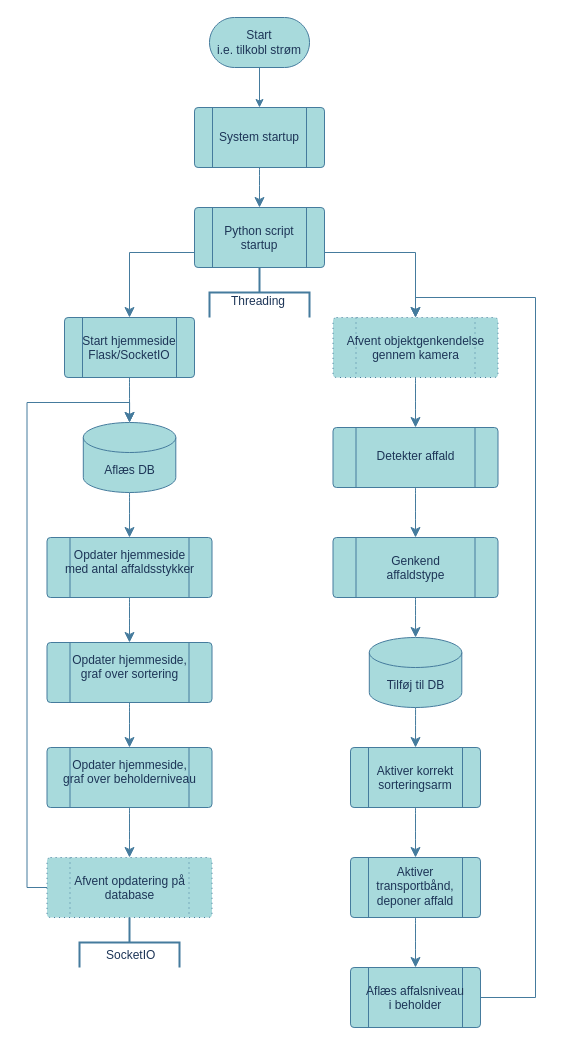
The draw.io diagram website.drawio in KEA-F25-B8-IoT2/SAAS, before the edit. Source tidied: cells renumbered, new cells numbered last; positions are measured from the earlier drawing's top-left corner, leaving out a move shared by most shapes. Both pictures are drawn from the tidied source at 100%, with x=0, y=0 at pixel (47, 17).
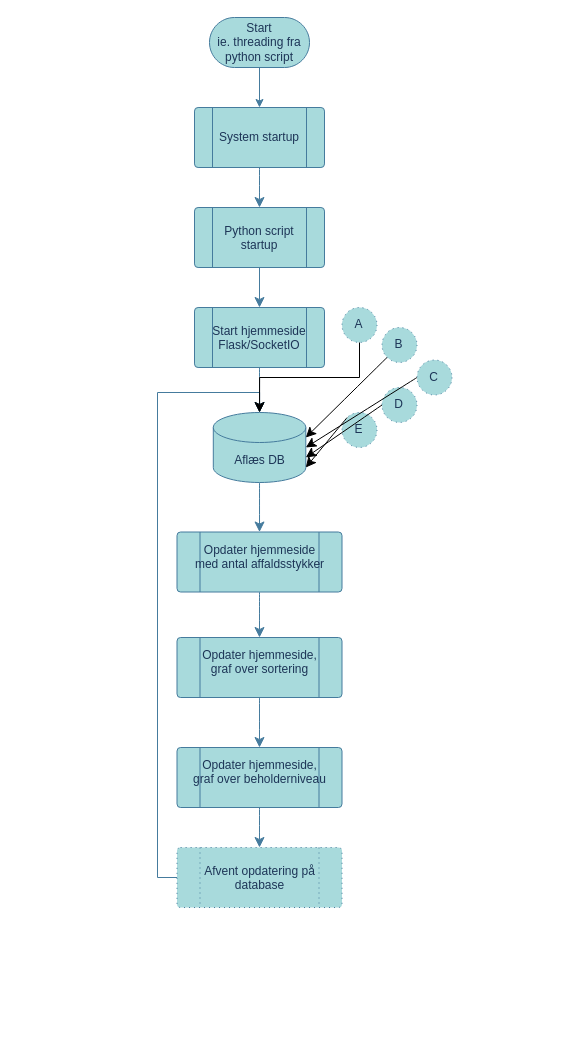
Above is the later version.

The change refers to these unchanged cells:
```xml
<mxCell id="19" value="Python script&lt;br&gt;startup" style="verticalLabelPosition=bottom;verticalAlign=top;html=1;shape=process;whiteSpace=wrap;rounded=1;size=0.14;arcSize=6;align=center;spacingTop=-50;labelBackgroundColor=none;fillColor=#A8DADC;strokeColor=#457B9D;fontColor=#1D3557;" parent="1" vertex="1">
  <mxGeometry x="147" y="190" width="130" height="60" as="geometry" />
</mxCell>
```

What changed in the source:
```diff
@@
-    <mxCell id="3" value="Start&lt;br&gt;i.e. tilkobl strøm" style="html=1;dashed=0;whiteSpace=wrap;shape=mxgraph.dfd.start;rounded=0;labelBackgroundColor=none;fillColor=#A8DADC;strokeColor=#457B9D;fontColor=#1D3557;" parent="1" vertex="1">
+    <mxCell id="3" value="Start&lt;div&gt;ie. threading fra python script&lt;/div&gt;" style="html=1;dashed=0;whiteSpace=wrap;shape=mxgraph.dfd.start;rounded=0;labelBackgroundColor=none;fillColor=#A8DADC;strokeColor=#457B9D;fontColor=#1D3557;" parent="1" vertex="1">
       <mxGeometry x="162" width="100" height="50" as="geometry" />
     </mxCell>
@@
     <mxCell id="7" value="Opdater hjemmeside&lt;br&gt;med antal affaldsstykker" style="verticalLabelPosition=bottom;verticalAlign=top;html=1;shape=process;whiteSpace=wrap;rounded=1;size=0.14;arcSize=6;align=center;spacingTop=-56;labelBackgroundColor=none;fillColor=#A8DADC;strokeColor=#457B9D;fontColor=#1D3557;" parent="1" vertex="1">
-      <mxGeometry x="-0.5" y="520" width="165" height="60" as="geometry" />
+      <mxGeometry x="129.5" y="514.5" width="165" height="60" as="geometry" />
     </mxCell>
@@
     <mxCell id="9" value="Aflæs DB" style="shape=cylinder3;whiteSpace=wrap;html=1;boundedLbl=1;backgroundOutline=1;size=15;rounded=0;labelBackgroundColor=none;fillColor=#A8DADC;strokeColor=#457B9D;fontColor=#1D3557;" parent="1" vertex="1">
-      <mxGeometry x="35.8" y="405" width="92.5" height="70" as="geometry" />
+      <mxGeometry x="165.8" y="395" width="92.5" height="70" as="geometry" />
     </mxCell>
-    <mxCell id="10" style="edgeStyle=none;curved=1;rounded=0;jettySize=auto;html=1;fontSize=12;startSize=8;endSize=8;labelBackgroundColor=none;strokeColor=#457B9D;fontColor=default;" parent="1" edge="1" source="11" target="22">
-      <mxGeometry relative="1" as="geometry" />
-    </mxCell>
-    <mxCell id="11" value="Afvent objektgenkendelse&lt;br&gt;gennem kamera" style="verticalLabelPosition=bottom;verticalAlign=top;html=1;shape=process;whiteSpace=wrap;rounded=1;size=0.14;arcSize=6;align=center;spacingTop=-50;strokeColor=#457B9D;dashed=1;dashPattern=1 4;labelBackgroundColor=none;fillColor=#A8DADC;fontColor=#1D3557;" parent="1" vertex="1">
-      <mxGeometry x="285.5" y="300" width="165" height="60" as="geometry" />
-    </mxCell>
-    <mxCell id="12" value="Genkend&lt;br&gt;affaldstype" style="verticalLabelPosition=bottom;verticalAlign=top;html=1;shape=process;whiteSpace=wrap;rounded=1;size=0.14;arcSize=6;align=center;spacingTop=-50;labelBackgroundColor=none;fillColor=#A8DADC;strokeColor=#457B9D;fontColor=#1D3557;" parent="1" vertex="1">
-      <mxGeometry x="285.5" y="520" width="165" height="60" as="geometry" />
-    </mxCell>
-    <mxCell id="13" style="edgeStyle=none;curved=1;rounded=0;jettySize=auto;html=1;exitX=0.5;exitY=1;exitDx=0;exitDy=0;exitPerimeter=0;strokeColor=#457B9D;fontSize=12;fontColor=#1D3557;startSize=8;endSize=8;fillColor=#A8DADC;" parent="1" edge="1" source="14" target="16">
-      <mxGeometry relative="1" as="geometry" />
-    </mxCell>
-    <mxCell id="14" value="Tilføj til DB" style="shape=cylinder3;whiteSpace=wrap;html=1;boundedLbl=1;backgroundOutline=1;size=15;rounded=0;labelBackgroundColor=none;fillColor=#A8DADC;strokeColor=#457B9D;fontColor=#1D3557;" parent="1" vertex="1">
-      <mxGeometry x="321.8" y="620" width="92.5" height="70" as="geometry" />
-    </mxCell>
-    <mxCell id="15" style="edgeStyle=none;curved=1;rounded=0;jettySize=auto;html=1;fontSize=12;startSize=8;endSize=8;labelBackgroundColor=none;strokeColor=#457B9D;fontColor=default;" parent="1" edge="1" source="16" target="27">
-      <mxGeometry relative="1" as="geometry" />
-    </mxCell>
-    <mxCell id="16" value="Aktiver korrekt&lt;div&gt;sorteringsarm&lt;/div&gt;" style="verticalLabelPosition=bottom;verticalAlign=top;html=1;shape=process;whiteSpace=wrap;rounded=1;size=0.14;arcSize=6;align=center;spacingTop=-50;labelBackgroundColor=none;fillColor=#A8DADC;strokeColor=#457B9D;fontColor=#1D3557;" parent="1" vertex="1">
-      <mxGeometry x="303" y="730" width="130" height="60" as="geometry" />
-    </mxCell>
-    <mxCell id="17" style="edgeStyle=orthogonalEdgeStyle;rounded=0;jettySize=auto;html=1;exitX=0;exitY=0.75;exitDx=0;exitDy=0;entryX=0.5;entryY=0;entryDx=0;entryDy=0;fontSize=12;startSize=8;endSize=8;labelBackgroundColor=none;strokeColor=#457B9D;fontColor=default;" parent="1" edge="1" source="19" target="20">
+    <mxCell id="17" style="edgeStyle=orthogonalEdgeStyle;rounded=0;jettySize=auto;html=1;exitX=0.5;exitY=1;exitDx=0;exitDy=0;entryX=0.5;entryY=0;entryDx=0;entryDy=0;fontSize=12;startSize=8;endSize=8;labelBackgroundColor=none;strokeColor=#457B9D;fontColor=default;" parent="1" edge="1" source="19" target="20">
       <mxGeometry relative="1" as="geometry" />
     </mxCell>
-    <mxCell id="18" style="edgeStyle=orthogonalEdgeStyle;rounded=0;jettySize=auto;html=1;exitX=1;exitY=0.75;exitDx=0;exitDy=0;entryX=0.5;entryY=0;entryDx=0;entryDy=0;fontSize=12;startSize=8;endSize=8;labelBackgroundColor=none;strokeColor=#457B9D;fontColor=default;" parent="1" edge="1" source="19" target="11">
-      <mxGeometry relative="1" as="geometry" />
-    </mxCell>
@@
     <mxCell id="20" value="Start hjemmeside&lt;br&gt;Flask/SocketIO" style="verticalLabelPosition=bottom;verticalAlign=top;html=1;shape=process;whiteSpace=wrap;rounded=1;size=0.14;arcSize=6;align=center;spacingTop=-50;labelBackgroundColor=none;fillColor=#A8DADC;strokeColor=#457B9D;fontColor=#1D3557;" parent="1" vertex="1">
-      <mxGeometry x="17" y="300" width="130" height="60" as="geometry" />
+      <mxGeometry x="147" y="290" width="130" height="60" as="geometry" />
     </mxCell>
-    <mxCell id="21" style="edgeStyle=none;curved=1;rounded=0;jettySize=auto;html=1;exitX=0.5;exitY=1;exitDx=0;exitDy=0;entryX=0.5;entryY=0;entryDx=0;entryDy=0;fontSize=12;startSize=8;endSize=8;labelBackgroundColor=none;strokeColor=#457B9D;fontColor=default;" parent="1" edge="1" source="22" target="12">
-      <mxGeometry relative="1" as="geometry" />
-    </mxCell>
-    <mxCell id="22" value="Detekter affald" style="verticalLabelPosition=bottom;verticalAlign=top;html=1;shape=process;whiteSpace=wrap;rounded=1;size=0.14;arcSize=6;align=center;spacingTop=-45;labelBackgroundColor=none;fillColor=#A8DADC;strokeColor=#457B9D;fontColor=#1D3557;" parent="1" vertex="1">
-      <mxGeometry x="285.5" y="410" width="165" height="60" as="geometry" />
-    </mxCell>
-    <mxCell id="23" style="edgeStyle=none;curved=1;rounded=0;jettySize=auto;html=1;exitX=0.5;exitY=1;exitDx=0;exitDy=0;entryX=0.5;entryY=0;entryDx=0;entryDy=0;entryPerimeter=0;fontSize=12;startSize=8;endSize=8;labelBackgroundColor=none;strokeColor=#457B9D;fontColor=default;" parent="1" edge="1" source="12" target="14">
-      <mxGeometry relative="1" as="geometry" />
-    </mxCell>
@@
-    <mxCell id="25" value="Threading" style="strokeWidth=2;html=1;shape=mxgraph.flowchart.annotation_2;align=left;labelPosition=right;direction=south;spacingTop=18;spacingLeft=-80;spacingRight=0;rounded=0;labelBackgroundColor=none;fillColor=#A8DADC;strokeColor=#457B9D;fontColor=#1D3557;" parent="1" vertex="1">
-      <mxGeometry x="162" y="250" width="100" height="50" as="geometry" />
-    </mxCell>
-    <mxCell id="26" style="edgeStyle=none;curved=1;rounded=0;jettySize=auto;html=1;fontSize=12;startSize=8;endSize=8;labelBackgroundColor=none;strokeColor=#457B9D;fontColor=default;" parent="1" edge="1" source="27" target="29">
-      <mxGeometry relative="1" as="geometry" />
-    </mxCell>
-    <mxCell id="27" value="Aktiver &lt;br&gt;transportbånd,&lt;br&gt;deponer affald" style="verticalLabelPosition=bottom;verticalAlign=top;html=1;shape=process;whiteSpace=wrap;rounded=1;size=0.14;arcSize=6;align=center;spacingTop=-59;labelBackgroundColor=none;fillColor=#A8DADC;strokeColor=#457B9D;fontColor=#1D3557;" parent="1" vertex="1">
-      <mxGeometry x="303" y="840" width="130" height="60" as="geometry" />
-    </mxCell>
-    <mxCell id="28" style="edgeStyle=orthogonalEdgeStyle;rounded=0;jettySize=auto;html=1;exitX=1;exitY=0.5;exitDx=0;exitDy=0;entryX=0.5;entryY=0;entryDx=0;entryDy=0;fontSize=12;startSize=8;endSize=8;labelBackgroundColor=none;strokeColor=#457B9D;fontColor=default;" parent="1" edge="1" source="29" target="11">
-      <mxGeometry relative="1" as="geometry">
-        <Array as="points">
-          <mxPoint x="488" y="980" />
-          <mxPoint x="488" y="280" />
-          <mxPoint x="368" y="280" />
-        </Array>
-      </mxGeometry>
-    </mxCell>
-    <mxCell id="29" value="Aflæs affalsniveau&lt;br&gt;i beholder" style="verticalLabelPosition=bottom;verticalAlign=top;html=1;shape=process;whiteSpace=wrap;rounded=1;size=0.14;arcSize=6;align=center;spacingTop=-50;labelBackgroundColor=none;fillColor=#A8DADC;strokeColor=#457B9D;fontColor=#1D3557;" parent="1" vertex="1">
-      <mxGeometry x="303" y="950" width="130" height="60" as="geometry" />
-    </mxCell>
@@
     <mxCell id="31" value="Opdater hjemmeside,&lt;div&gt;graf over beholderniveau&lt;/div&gt;" style="verticalLabelPosition=bottom;verticalAlign=top;html=1;shape=process;whiteSpace=wrap;rounded=1;size=0.14;arcSize=6;align=center;spacingTop=-56;labelBackgroundColor=none;fillColor=#A8DADC;strokeColor=#457B9D;fontColor=#1D3557;" parent="1" vertex="1">
-      <mxGeometry x="-0.5" y="730" width="165" height="60" as="geometry" />
+      <mxGeometry x="129.5" y="730" width="165" height="60" as="geometry" />
     </mxCell>
     <mxCell id="32" value="Afvent opdatering på database" style="verticalLabelPosition=bottom;verticalAlign=top;html=1;shape=process;whiteSpace=wrap;rounded=1;size=0.14;arcSize=6;align=center;spacingTop=-50;strokeColor=#457B9D;dashed=1;dashPattern=1 4;labelBackgroundColor=none;fillColor=#A8DADC;fontColor=#1D3557;" parent="1" vertex="1">
-      <mxGeometry x="-0.5" y="840" width="165" height="60" as="geometry" />
+      <mxGeometry x="129.5" y="830" width="165" height="60" as="geometry" />
     </mxCell>
@@
     <mxCell id="34" value="Opdater hjemmeside,&lt;div&gt;graf over sortering&lt;/div&gt;" style="verticalLabelPosition=bottom;verticalAlign=top;html=1;shape=process;whiteSpace=wrap;rounded=1;size=0.14;arcSize=6;align=center;spacingTop=-56;labelBackgroundColor=none;fillColor=#A8DADC;strokeColor=#457B9D;fontColor=#1D3557;" parent="1" vertex="1">
-      <mxGeometry x="-0.5" y="625" width="165" height="60" as="geometry" />
+      <mxGeometry x="129.5" y="620" width="165" height="60" as="geometry" />
     </mxCell>
     <mxCell id="35" style="edgeStyle=orthogonalEdgeStyle;rounded=0;jettySize=auto;html=1;exitX=0;exitY=0.5;exitDx=0;exitDy=0;entryX=0.5;entryY=0;entryDx=0;entryDy=0;entryPerimeter=0;strokeColor=#457B9D;fontSize=12;fontColor=#1D3557;startSize=8;endSize=8;fillColor=#A8DADC;" parent="1" edge="1" source="32" target="9">
-      <mxGeometry relative="1" as="geometry" />
+      <mxGeometry relative="1" as="geometry">
+        <Array as="points">
+          <mxPoint x="110" y="860" />
+          <mxPoint x="110" y="375" />
+          <mxPoint x="212" y="375" />
+        </Array>
+      </mxGeometry>
     </mxCell>
-    <mxCell id="36" value="SocketIO" style="strokeWidth=2;html=1;shape=mxgraph.flowchart.annotation_2;align=left;labelPosition=right;strokeColor=#457B9D;fontColor=#1D3557;fillColor=#A8DADC;direction=south;spacingTop=25;spacingLeft=-75;" parent="1" vertex="1">
-      <mxGeometry x="32" y="900" width="100" height="50" as="geometry" />
-    </mxCell>
+    <mxCell id="37" value="A" style="verticalLabelPosition=bottom;verticalAlign=top;html=1;shape=mxgraph.flowchart.on-page_reference;dashed=1;dashPattern=1 4;spacingTop=-32;spacingLeft=-2;labelBackgroundColor=none;fillColor=#A8DADC;strokeColor=#457B9D;fontColor=#1D3557;" parent="1" vertex="1">
+      <mxGeometry x="294.5" y="290" width="35" height="35" as="geometry" />
+    </mxCell>
+    <mxCell id="38" value="E" style="verticalLabelPosition=bottom;verticalAlign=top;html=1;shape=mxgraph.flowchart.on-page_reference;dashed=1;dashPattern=1 4;spacingTop=-32;spacingLeft=-2;labelBackgroundColor=none;fillColor=#A8DADC;strokeColor=#457B9D;fontColor=#1D3557;" parent="1" vertex="1">
+      <mxGeometry x="294.5" y="395" width="35" height="35" as="geometry" />
+    </mxCell>
+    <mxCell id="39" value="B" style="verticalLabelPosition=bottom;verticalAlign=top;html=1;shape=mxgraph.flowchart.on-page_reference;dashed=1;dashPattern=1 4;spacingTop=-32;spacingLeft=-2;labelBackgroundColor=none;fillColor=#A8DADC;strokeColor=#457B9D;fontColor=#1D3557;" parent="1" vertex="1">
+      <mxGeometry x="334.5" y="310" width="35" height="35" as="geometry" />
+    </mxCell>
+    <mxCell id="40" value="C" style="verticalLabelPosition=bottom;verticalAlign=top;html=1;shape=mxgraph.flowchart.on-page_reference;dashed=1;dashPattern=1 4;spacingTop=-32;spacingLeft=-2;labelBackgroundColor=none;fillColor=#A8DADC;strokeColor=#457B9D;fontColor=#1D3557;" parent="1" vertex="1">
+      <mxGeometry x="369.5" y="342.5" width="35" height="35" as="geometry" />
+    </mxCell>
+    <mxCell id="41" value="D" style="verticalLabelPosition=bottom;verticalAlign=top;html=1;shape=mxgraph.flowchart.on-page_reference;dashed=1;dashPattern=1 4;spacingTop=-32;spacingLeft=-2;labelBackgroundColor=none;fillColor=#A8DADC;strokeColor=#457B9D;fontColor=#1D3557;" parent="1" vertex="1">
+      <mxGeometry x="334.5" y="370" width="35" height="35" as="geometry" />
+    </mxCell>
+    <mxCell id="42" style="edgeStyle=none;curved=1;rounded=0;jettySize=auto;html=1;exitX=0;exitY=0.5;exitDx=0;exitDy=0;exitPerimeter=0;entryX=1;entryY=0.5;entryDx=0;entryDy=0;entryPerimeter=0;fontSize=12;startSize=8;endSize=8;" parent="1" edge="1" source="40" target="9">
+      <mxGeometry relative="1" as="geometry" />
+    </mxCell>
+    <mxCell id="43" style="edgeStyle=orthogonalEdgeStyle;rounded=0;jettySize=auto;html=1;exitX=0.5;exitY=1;exitDx=0;exitDy=0;exitPerimeter=0;entryX=0.5;entryY=0;entryDx=0;entryDy=0;entryPerimeter=0;fontSize=12;startSize=8;endSize=8;" parent="1" edge="1" source="37" target="9">
+      <mxGeometry relative="1" as="geometry" />
+    </mxCell>
+    <mxCell id="44" style="edgeStyle=none;curved=1;rounded=0;jettySize=auto;html=1;exitX=0.145;exitY=0.855;exitDx=0;exitDy=0;exitPerimeter=0;entryX=1;entryY=0;entryDx=0;entryDy=25;entryPerimeter=0;fontSize=12;startSize=8;endSize=8;" parent="1" edge="1" source="39" target="9">
+      <mxGeometry relative="1" as="geometry" />
+    </mxCell>
+    <mxCell id="45" style="edgeStyle=none;curved=1;rounded=0;jettySize=auto;html=1;exitX=0;exitY=0.5;exitDx=0;exitDy=0;exitPerimeter=0;entryX=1;entryY=0;entryDx=0;entryDy=45;entryPerimeter=0;fontSize=12;startSize=8;endSize=8;" parent="1" edge="1" source="41" target="9">
+      <mxGeometry relative="1" as="geometry" />
+    </mxCell>
+    <mxCell id="46" style="edgeStyle=none;curved=1;rounded=0;jettySize=auto;html=1;exitX=0.145;exitY=0.145;exitDx=0;exitDy=0;exitPerimeter=0;entryX=1;entryY=1;entryDx=0;entryDy=-15;entryPerimeter=0;fontSize=12;startSize=8;endSize=8;" parent="1" edge="1" source="38" target="9">
+      <mxGeometry relative="1" as="geometry" />
+    </mxCell>
```
